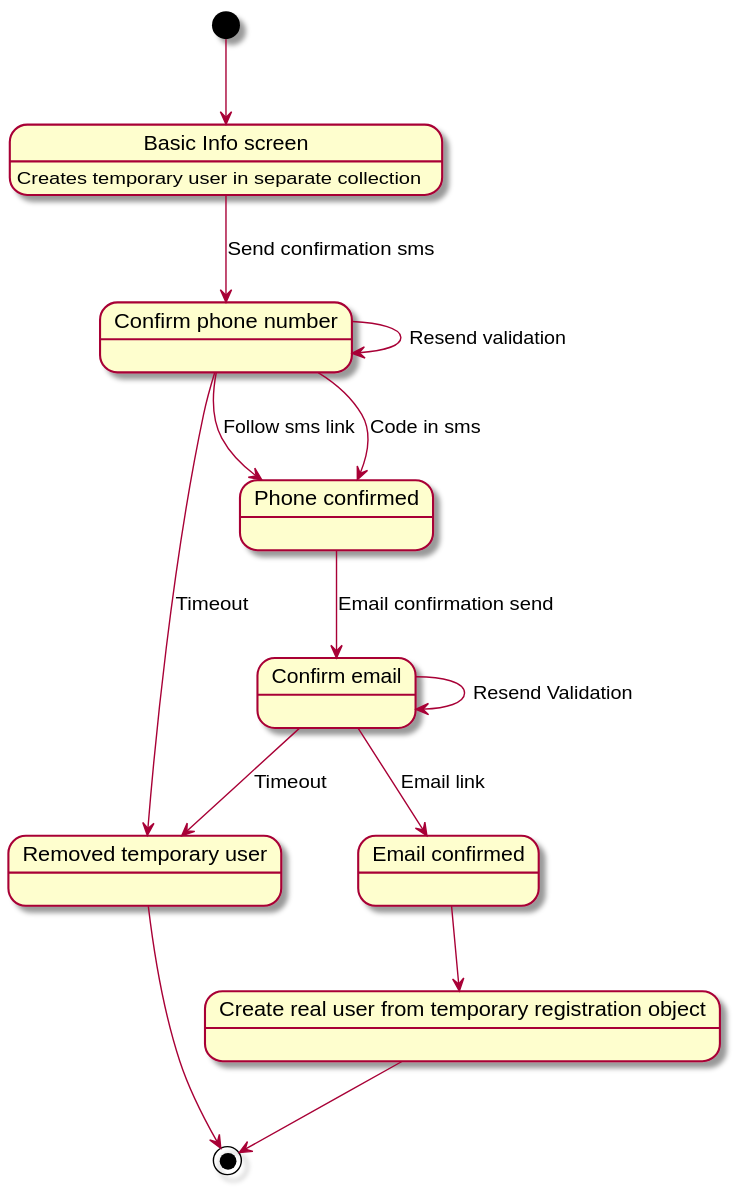
The PlantUML diagram docs/registration/Registration.svg in itsyouonline/identityserver, before a commit. Source of this version:
```plantuml
@startuml current_registration_flow
















[*] --> BasicInfo
state "Basic Info screen" as BasicInfo: Creates temporary user in separate collection

BasicInfo --> ConfirmPhone: Send confirmation sms
state "Confirm phone number" as ConfirmPhone

ConfirmPhone -> ConfirmPhone: Resend validation
ConfirmPhone --> Timeout: Timeout
ConfirmPhone --> PhoneConfirmed: Follow sms link
ConfirmPhone --> PhoneConfirmed: Code in sms

state "Phone confirmed" as PhoneConfirmed
PhoneConfirmed --> ConfirmEmail: Email confirmation send

state "Confirm email" as ConfirmEmail
ConfirmEmail -> ConfirmEmail: Resend Validation
ConfirmEmail --> Timeout: Timeout
ConfirmEmail --> EmailConfirmed: Email link

state "Email confirmed" as EmailConfirmed
EmailConfirmed --> CreateUser

state "Create real user from temporary registration object" as CreateUser
CreateUser --> [*]

state "Removed temporary user" as Timeout
Timeout --> [*]
@enduml
```
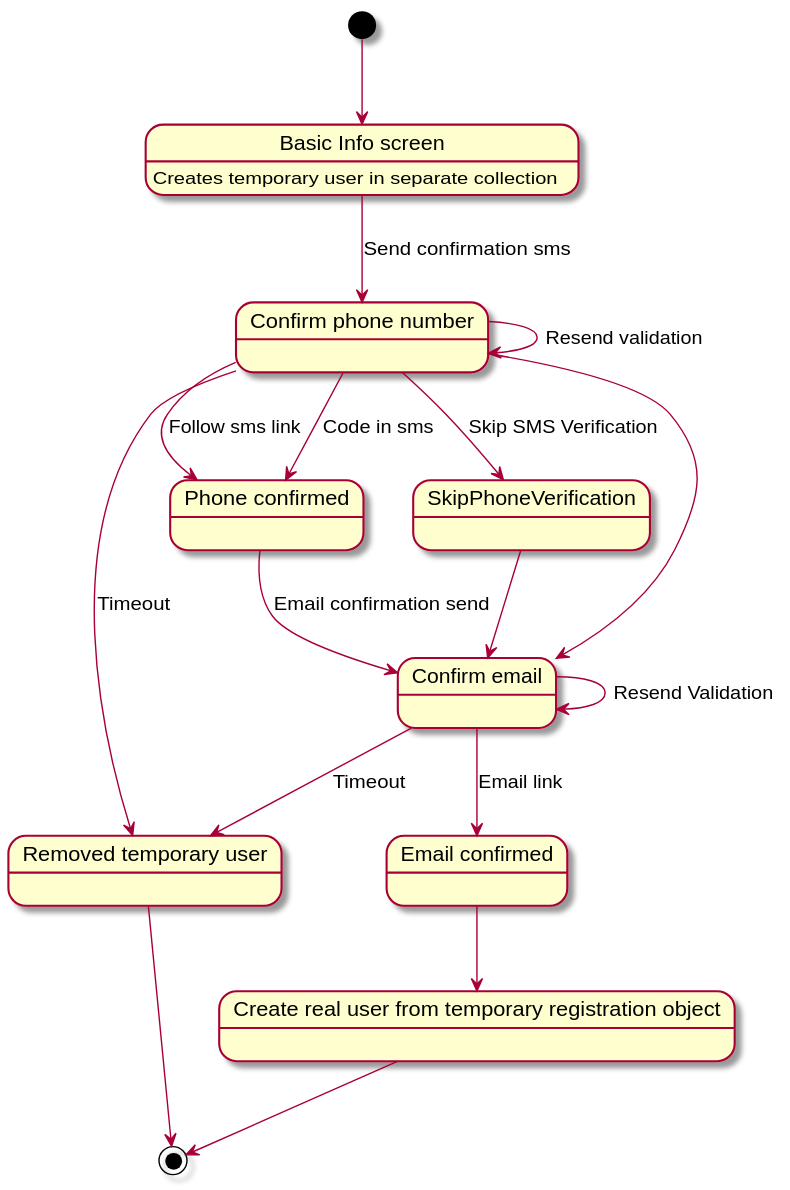
Later version of the same file.

Diff of the diagram source:
```diff
@@ -1,19 +1,4 @@
 @startuml current_registration_flow
-
-
-
-
-
-
-
-
-
-
-
-
-
-
-
 
 [*] --> BasicInfo
 state "Basic Info screen" as BasicInfo: Creates temporary user in separate collection
@@ -25,7 +10,9 @@
 ConfirmPhone --> Timeout: Timeout
 ConfirmPhone --> PhoneConfirmed: Follow sms link
 ConfirmPhone --> PhoneConfirmed: Code in sms
-
+ConfirmPhone --> ConfirmEmail
+ConfirmPhone --> SkipPhoneVerification: Skip SMS Verification
+SkipPhoneVerification --> ConfirmEmail
 state "Phone confirmed" as PhoneConfirmed
 PhoneConfirmed --> ConfirmEmail: Email confirmation send
 
```
